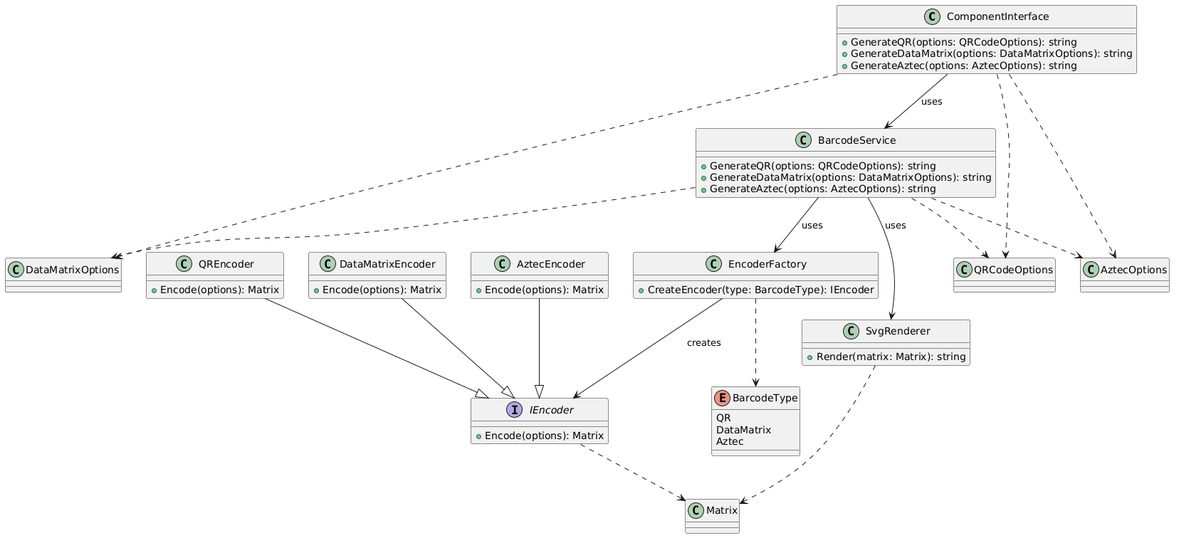
Earlier version of the PlantUML export docs/uml-class-diagram.png (Triler1/1c-barcode-generator).
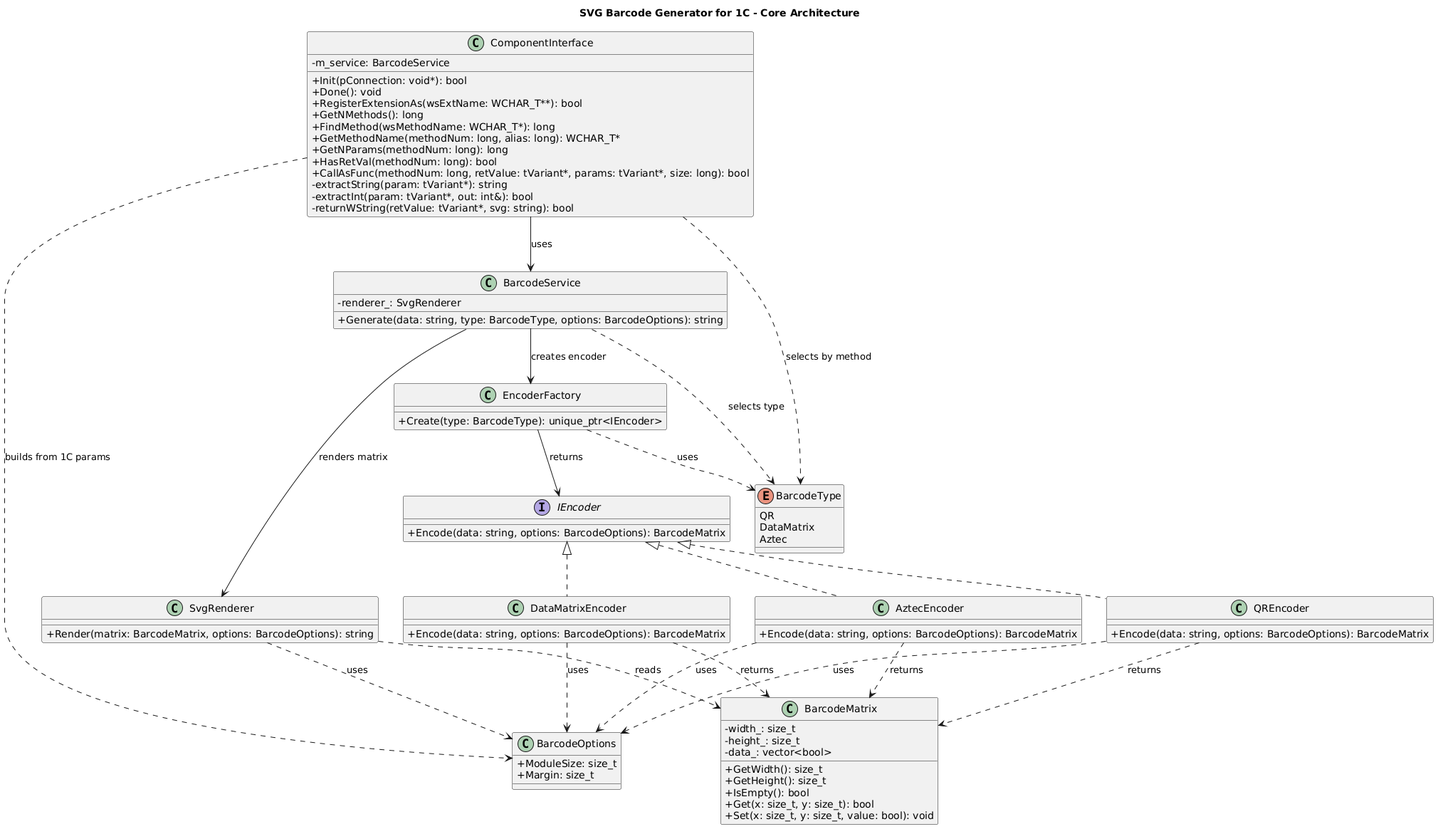
The same diagram one commit later.

Change to the diagram source:
```diff
@@ -1,44 +1,68 @@
 @startuml
+title SVG Barcode Generator for 1C - Core Architecture
+
+skinparam classAttributeIconSize 0
+
 class ComponentInterface {
-  +GenerateQR(options: QRCodeOptions): string
-  +GenerateDataMatrix(options: DataMatrixOptions): string
-  +GenerateAztec(options: AztecOptions): string
+  -m_service: BarcodeService
+  +Init(pConnection: void*): bool
+  +Done(): void
+  +RegisterExtensionAs(wsExtName: WCHAR_T**): bool
+  +GetNMethods(): long
+  +FindMethod(wsMethodName: WCHAR_T*): long
+  +GetMethodName(methodNum: long, alias: long): WCHAR_T*
+  +GetNParams(methodNum: long): long
+  +HasRetVal(methodNum: long): bool
+  +CallAsFunc(methodNum: long, retValue: tVariant*, params: tVariant*, size: long): bool
+  -extractString(param: tVariant*): string
+  -extractInt(param: tVariant*, out: int&): bool
+  -returnWString(retValue: tVariant*, svg: string): bool
 }
 
 class BarcodeService {
-  +GenerateQR(options: QRCodeOptions): string
-  +GenerateDataMatrix(options: DataMatrixOptions): string
-  +GenerateAztec(options: AztecOptions): string
+  -renderer_: SvgRenderer
+  +Generate(data: string, type: BarcodeType, options: BarcodeOptions): string
 }
 
 class EncoderFactory {
-  +CreateEncoder(type: BarcodeType): IEncoder
+  +Create(type: BarcodeType): unique_ptr<IEncoder>
 }
 
 interface IEncoder {
-  +Encode(options): Matrix
+  +Encode(data: string, options: BarcodeOptions): BarcodeMatrix
 }
 
 class QREncoder {
-  +Encode(options): Matrix
+  +Encode(data: string, options: BarcodeOptions): BarcodeMatrix
 }
 
 class DataMatrixEncoder {
-  +Encode(options): Matrix
+  +Encode(data: string, options: BarcodeOptions): BarcodeMatrix
 }
 
 class AztecEncoder {
-  +Encode(options): Matrix
+  +Encode(data: string, options: BarcodeOptions): BarcodeMatrix
 }
 
 class SvgRenderer {
-  +Render(matrix: Matrix): string
+  +Render(matrix: BarcodeMatrix, options: BarcodeOptions): string
 }
 
-class QRCodeOptions
-class DataMatrixOptions
-class AztecOptions
-class Matrix
+class BarcodeMatrix {
+  -width_: size_t
+  -height_: size_t
+  -data_: vector<bool>
+  +GetWidth(): size_t
+  +GetHeight(): size_t
+  +IsEmpty(): bool
+  +Get(x: size_t, y: size_t): bool
+  +Set(x: size_t, y: size_t, value: bool): void
+}
+
+class BarcodeOptions {
+  +ModuleSize: size_t
+  +Margin: size_t
+}
 
 enum BarcodeType {
   QR
@@ -47,23 +71,28 @@
 }
 
 ComponentInterface --> BarcodeService : uses
-BarcodeService --> EncoderFactory : uses
-BarcodeService --> SvgRenderer : uses
-EncoderFactory --> IEncoder : creates
+BarcodeService --> EncoderFactory : creates encoder
+BarcodeService --> SvgRenderer : renders matrix
+EncoderFactory --> IEncoder : returns
 
-QREncoder --|> IEncoder
-DataMatrixEncoder --|> IEncoder
-AztecEncoder --|> IEncoder
+IEncoder <|.. QREncoder
+IEncoder <|.. DataMatrixEncoder
+IEncoder <|.. AztecEncoder
 
-ComponentInterface ..> QRCodeOptions
-ComponentInterface ..> DataMatrixOptions
-ComponentInterface ..> AztecOptions
+QREncoder ..> BarcodeMatrix : returns
+DataMatrixEncoder ..> BarcodeMatrix : returns
+AztecEncoder ..> BarcodeMatrix : returns
 
-BarcodeService ..> QRCodeOptions
-BarcodeService ..> DataMatrixOptions
-BarcodeService ..> AztecOptions
+QREncoder ..> BarcodeOptions : uses
+DataMatrixEncoder ..> BarcodeOptions : uses
+AztecEncoder ..> BarcodeOptions : uses
 
-SvgRenderer ..> Matrix
-IEncoder ..> Matrix
-EncoderFactory ..> BarcodeType
+SvgRenderer ..> BarcodeMatrix : reads
+SvgRenderer ..> BarcodeOptions : uses
+
+BarcodeService ..> BarcodeType : selects type
+EncoderFactory ..> BarcodeType : uses
+
+ComponentInterface ..> BarcodeOptions : builds from 1C params
+ComponentInterface ..> BarcodeType : selects by method
 @enduml
```
